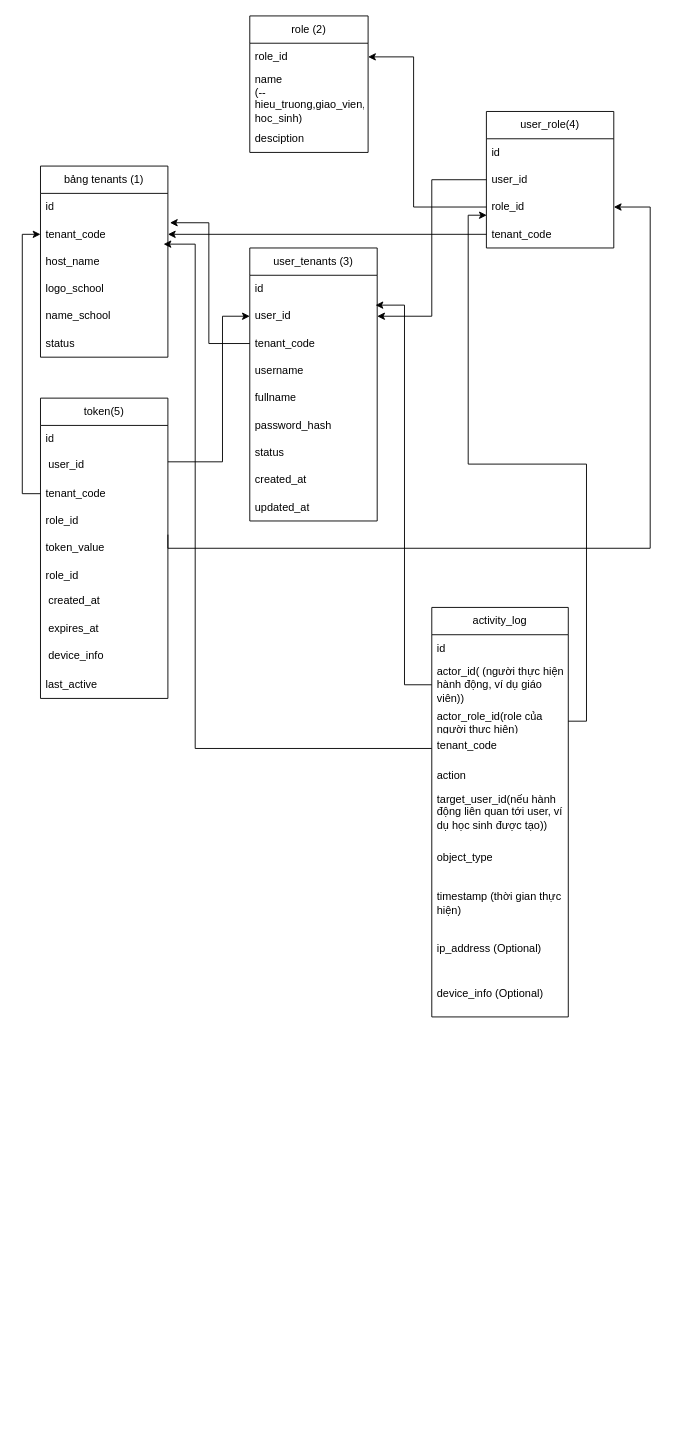
The draw.io diagram csdlstudy.drawio in vuongnd03/black-had, before the edit. Source tidied: cells renumbered, new cells numbered last; positions are measured from the earlier drawing's top-left corner, leaving out a move shared by most shapes. Both pictures are drawn from the tidied source at 91%, with x=0, y=0 at pixel (40, 15).
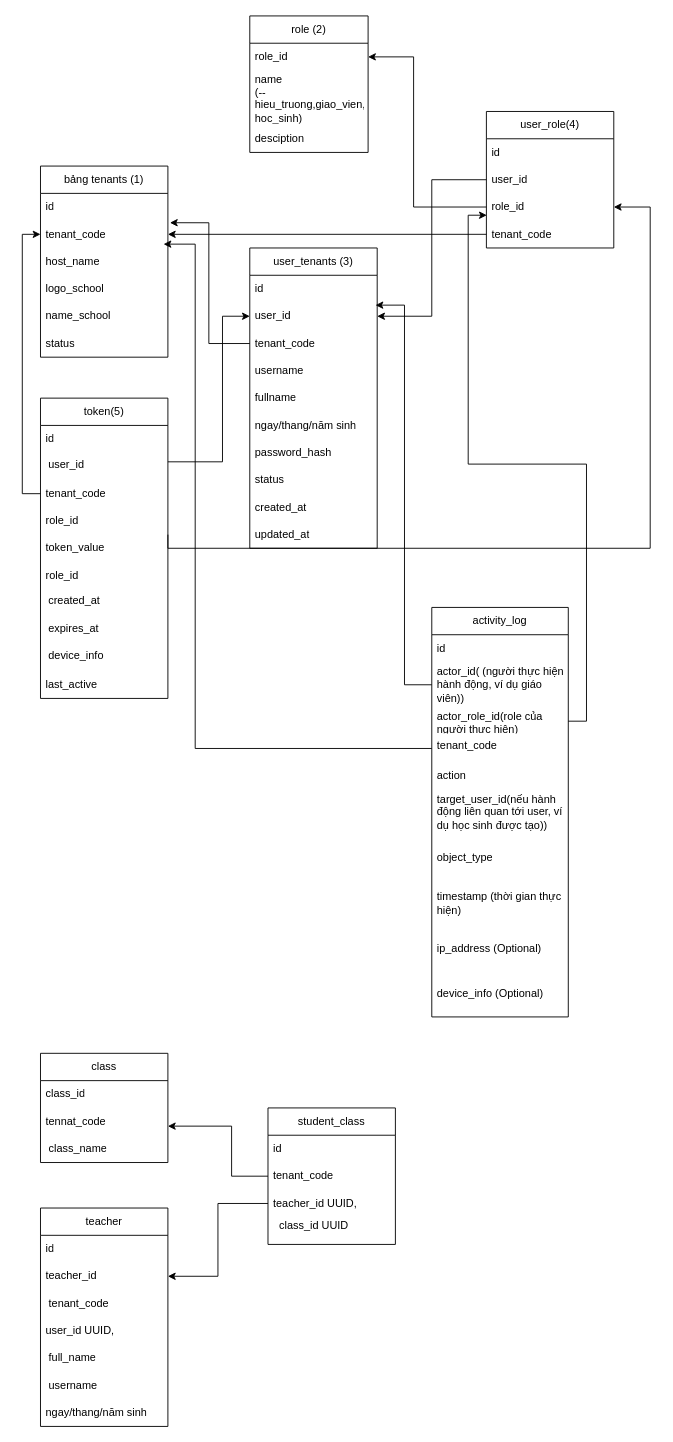
The same diagram, later.

The edit, as a diff of the source:
```diff
@@
     <mxCell id="13" value="user_tenants (3)" style="swimlane;fontStyle=0;horizontal=1;startSize=30;whiteSpace=wrap;html=1;" parent="1" vertex="1">
-      <mxGeometry x="230" y="255" width="140" height="300" as="geometry" />
+      <mxGeometry x="230" y="255" width="140" height="330" as="geometry" />
     </mxCell>
@@
+    <mxCell id="60" value="ngay/thang/năm sinh" style="text;strokeColor=none;fillColor=none;align=left;verticalAlign=middle;spacingLeft=4;spacingRight=4;overflow=hidden;whiteSpace=wrap;html=1;" parent="13" vertex="1">
+      <mxGeometry y="180" width="140" height="30" as="geometry" />
+    </mxCell>
     <mxCell id="19" value="password_hash" style="text;strokeColor=none;fillColor=none;align=left;verticalAlign=middle;spacingLeft=4;spacingRight=4;overflow=hidden;whiteSpace=wrap;html=1;" parent="13" vertex="1">
-      <mxGeometry y="180" width="140" height="30" as="geometry" />
+      <mxGeometry y="210" width="140" height="30" as="geometry" />
     </mxCell>
     <mxCell id="20" value="status" style="text;strokeColor=none;fillColor=none;align=left;verticalAlign=middle;spacingLeft=4;spacingRight=4;overflow=hidden;whiteSpace=wrap;html=1;" parent="13" vertex="1">
-      <mxGeometry y="210" width="140" height="30" as="geometry" />
+      <mxGeometry y="240" width="140" height="30" as="geometry" />
     </mxCell>
     <mxCell id="21" value="created_at" style="text;strokeColor=none;fillColor=none;align=left;verticalAlign=middle;spacingLeft=4;spacingRight=4;overflow=hidden;whiteSpace=wrap;html=1;" parent="13" vertex="1">
-      <mxGeometry y="240" width="140" height="30" as="geometry" />
+      <mxGeometry y="270" width="140" height="30" as="geometry" />
     </mxCell>
     <mxCell id="22" value="updated_at" style="text;strokeColor=none;fillColor=none;align=left;verticalAlign=middle;spacingLeft=4;spacingRight=4;overflow=hidden;whiteSpace=wrap;html=1;" parent="13" vertex="1">
-      <mxGeometry y="270" width="140" height="30" as="geometry" />
+      <mxGeometry y="300" width="140" height="30" as="geometry" />
     </mxCell>
@@
+    <mxCell id="61" value="class" style="swimlane;fontStyle=0;horizontal=1;startSize=30;whiteSpace=wrap;html=1;" parent="1" vertex="1">
+      <mxGeometry y="1140" width="140" height="120" as="geometry" />
+    </mxCell>
+    <mxCell id="62" value="class_id" style="text;strokeColor=none;fillColor=none;align=left;verticalAlign=middle;spacingLeft=4;spacingRight=4;overflow=hidden;whiteSpace=wrap;html=1;" parent="61" vertex="1">
+      <mxGeometry y="30" width="140" height="30" as="geometry" />
+    </mxCell>
+    <mxCell id="63" value="tennat_code" style="text;strokeColor=none;fillColor=none;align=left;verticalAlign=middle;spacingLeft=4;spacingRight=4;overflow=hidden;whiteSpace=wrap;html=1;" parent="61" vertex="1">
+      <mxGeometry y="60" width="140" height="30" as="geometry" />
+    </mxCell>
+    <mxCell id="64" style="endArrow=classic;html=1;rounded=0;exitX=0;exitY=0.5;exitDx=0;exitDy=0;" parent="61" edge="1" source="76">
+      <mxGeometry relative="1" as="geometry">
+        <mxPoint x="140" y="80" as="targetPoint" />
+        <Array as="points">
+          <mxPoint x="210" y="135" />
+          <mxPoint x="210" y="80" />
+        </Array>
+      </mxGeometry>
+    </mxCell>
+    <mxCell id="65" value="&amp;nbsp;class_name" style="text;strokeColor=none;fillColor=none;align=left;verticalAlign=middle;spacingLeft=4;spacingRight=4;overflow=hidden;whiteSpace=wrap;html=1;" parent="61" vertex="1">
+      <mxGeometry y="90" width="140" height="30" as="geometry" />
+    </mxCell>
+    <mxCell id="66" value="teacher" style="swimlane;fontStyle=0;horizontal=1;startSize=30;whiteSpace=wrap;html=1;" parent="1" vertex="1">
+      <mxGeometry y="1310" width="140" height="240" as="geometry" />
+    </mxCell>
+    <mxCell id="67" value="id" style="text;strokeColor=none;fillColor=none;align=left;verticalAlign=middle;spacingLeft=4;spacingRight=4;overflow=hidden;whiteSpace=wrap;html=1;" parent="66" vertex="1">
+      <mxGeometry y="30" width="140" height="30" as="geometry" />
+    </mxCell>
+    <mxCell id="68" value="teacher_id" style="text;strokeColor=none;fillColor=none;align=left;verticalAlign=middle;spacingLeft=4;spacingRight=4;overflow=hidden;points=[[0,0.5],[1,0.5]];portConstraint=eastwest;whiteSpace=wrap;html=1;" parent="66" vertex="1">
+      <mxGeometry y="60" width="140" height="30" as="geometry" />
+    </mxCell>
+    <mxCell id="69" value="&amp;nbsp;tenant_code" style="text;strokeColor=none;fillColor=none;align=left;verticalAlign=middle;spacingLeft=4;spacingRight=4;overflow=hidden;whiteSpace=wrap;html=1;" parent="66" vertex="1">
+      <mxGeometry y="90" width="140" height="30" as="geometry" />
+    </mxCell>
+    <mxCell id="70" value="user_id UUID," style="text;strokeColor=none;fillColor=none;align=left;verticalAlign=middle;spacingLeft=4;spacingRight=4;overflow=hidden;whiteSpace=wrap;html=1;" parent="66" vertex="1">
+      <mxGeometry y="120" width="140" height="30" as="geometry" />
+    </mxCell>
+    <mxCell id="71" value="&amp;nbsp;full_name" style="text;strokeColor=none;fillColor=none;align=left;verticalAlign=middle;spacingLeft=4;spacingRight=4;overflow=hidden;whiteSpace=wrap;html=1;" parent="66" vertex="1">
+      <mxGeometry y="150" width="140" height="30" as="geometry" />
+    </mxCell>
+    <mxCell id="72" value="&amp;nbsp;username" style="text;strokeColor=none;fillColor=none;align=left;verticalAlign=middle;spacingLeft=4;spacingRight=4;overflow=hidden;whiteSpace=wrap;html=1;" parent="66" vertex="1">
+      <mxGeometry y="180" width="140" height="30" as="geometry" />
+    </mxCell>
+    <mxCell id="73" value="ngay/thang/năm sinh" style="text;strokeColor=none;fillColor=none;align=left;verticalAlign=middle;spacingLeft=4;spacingRight=4;overflow=hidden;whiteSpace=wrap;html=1;" parent="66" vertex="1">
+      <mxGeometry y="210" width="140" height="30" as="geometry" />
+    </mxCell>
+    <mxCell id="74" value="student_class" style="swimlane;fontStyle=0;horizontal=1;startSize=30;whiteSpace=wrap;html=1;" parent="1" vertex="1">
+      <mxGeometry x="250" y="1200" width="140" height="150" as="geometry" />
+    </mxCell>
+    <mxCell id="75" value="id" style="text;strokeColor=none;fillColor=none;align=left;verticalAlign=middle;spacingLeft=4;spacingRight=4;overflow=hidden;whiteSpace=wrap;html=1;" parent="74" vertex="1">
+      <mxGeometry y="30" width="140" height="30" as="geometry" />
+    </mxCell>
+    <mxCell id="76" value="tenant_code" style="text;strokeColor=none;fillColor=none;align=left;verticalAlign=middle;spacingLeft=4;spacingRight=4;overflow=hidden;points=[[0,0.5],[1,0.5]];portConstraint=eastwest;whiteSpace=wrap;html=1;" parent="74" vertex="1">
+      <mxGeometry y="60" width="140" height="30" as="geometry" />
+    </mxCell>
+    <mxCell id="77" value="teacher_id UUID," style="text;strokeColor=none;fillColor=none;align=left;verticalAlign=middle;spacingLeft=4;spacingRight=4;overflow=hidden;points=[[0,0.5],[1,0.5]];portConstraint=eastwest;whiteSpace=wrap;html=1;" parent="74" vertex="1">
+      <mxGeometry y="90" width="140" height="30" as="geometry" />
+    </mxCell>
+    <mxCell id="78" value="&lt;div&gt;&amp;nbsp; class_id UUID&lt;/div&gt;&lt;div&gt;&lt;br&gt;&lt;/div&gt;" style="text;strokeColor=none;fillColor=none;align=left;verticalAlign=middle;spacingLeft=4;spacingRight=4;overflow=hidden;whiteSpace=wrap;html=1;" parent="74" vertex="1">
+      <mxGeometry y="120" width="140" height="30" as="geometry" />
+    </mxCell>
+    <mxCell id="79" style="edgeStyle=orthogonalEdgeStyle;rounded=0;jettySize=auto;html=1;entryX=1;entryY=0.5;entryDx=0;entryDy=0;" parent="1" edge="1" source="77" target="68">
+      <mxGeometry relative="1" as="geometry" />
+    </mxCell>
```
